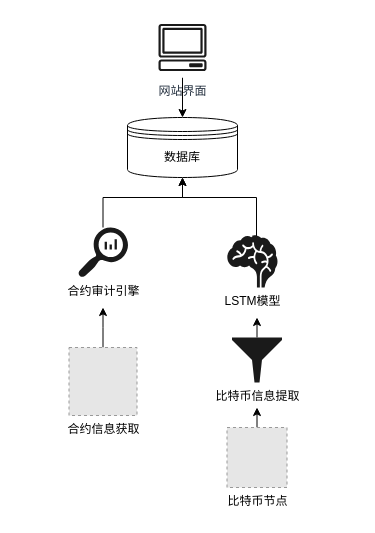
Earlier version of the draw.io diagram Constructuon.drawio (wang2gua/test). Source tidied: cells renumbered, new cells numbered last; positions are measured from the earlier drawing's top-left corner, leaving out a move shared by most shapes. Both pictures are drawn from the tidied source at 100%, with x=0, y=0 at pixel (69, 17). Pictures stored in the file or linked from it are replaced by grey dashed boxes.
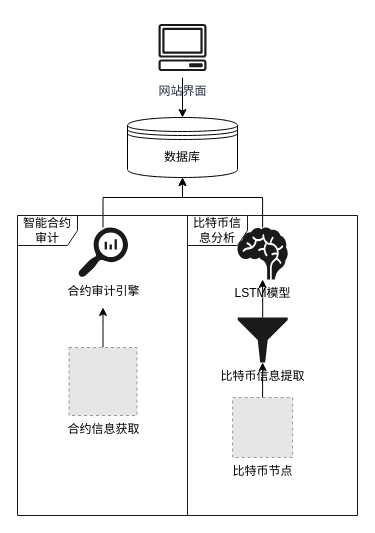
The same page after the edit.

Unchanged cells that the change refers to:
```xml
<mxCell id="2" value="数据库" style="shape=datastore;whiteSpace=wrap;html=1;" parent="1" vertex="1">
  <mxGeometry x="58" y="100" width="110" height="60" as="geometry" />
</mxCell>
```

What changed in the source:
```diff
@@
-    <mxCell id="5" style="edgeStyle=orthogonalEdgeStyle;rounded=0;jettySize=auto;html=1;" parent="1" edge="1" source="6">
-      <mxGeometry relative="1" as="geometry">
-        <mxPoint x="187.5" y="390" as="targetPoint" />
-      </mxGeometry>
+    <mxCell id="5" style="edgeStyle=orthogonalEdgeStyle;rounded=0;jettySize=auto;html=1;" parent="1" edge="1" source="6" target="14">
+      <mxGeometry relative="1" as="geometry" />
     </mxCell>
     <mxCell id="6" value="比特币节点" style="fillColor=#E6E6E6;strokeColor=#999999;dashed=1;html=1;verticalAlign=top;verticalLabelPosition=bottom;labelBackgroundColor=#ffffff;" parent="1" vertex="1">
-      <mxGeometry x="157.5" y="410" width="60" height="60" as="geometry" />
+      <mxGeometry x="163.1" y="380" width="60" height="60" as="geometry" />
     </mxCell>
-    <mxCell id="7" style="edgeStyle=orthogonalEdgeStyle;rounded=0;jettySize=auto;html=1;exitX=0.5;exitY=0.01;exitDx=0;exitDy=0;exitPerimeter=0;entryX=0.5;entryY=1;entryDx=0;entryDy=0;" parent="1" edge="1" source="8" target="2">
+    <mxCell id="7" style="edgeStyle=orthogonalEdgeStyle;rounded=0;jettySize=auto;html=1;entryX=0.5;entryY=1;entryDx=0;entryDy=0;" parent="1" edge="1" source="8" target="2">
       <mxGeometry relative="1" as="geometry">
         <Array as="points">
-          <mxPoint x="187" y="180" />
+          <mxPoint x="193" y="180" />
           <mxPoint x="113" y="180" />
         </Array>
       </mxGeometry>
     </mxCell>
     <mxCell id="8" value="LSTM模型" style="shape=mxgraph.signs.healthcare.brain;html=1;strokeColor=none;verticalLabelPosition=bottom;verticalAlign=top;align=center;fillColor=#1A1A1A;" parent="1" vertex="1">
-      <mxGeometry x="157.8" y="218" width="50.2" height="52" as="geometry" />
+      <mxGeometry x="168" y="210" width="50.2" height="52" as="geometry" />
     </mxCell>
@@
-    <mxCell id="13" style="edgeStyle=orthogonalEdgeStyle;rounded=0;jettySize=auto;html=1;" parent="1" edge="1" source="14">
-      <mxGeometry relative="1" as="geometry">
-        <mxPoint x="187.5" y="300" as="targetPoint" />
-      </mxGeometry>
+    <mxCell id="13" style="edgeStyle=orthogonalEdgeStyle;rounded=0;jettySize=auto;html=1;" parent="1" edge="1" source="14" target="8">
+      <mxGeometry relative="1" as="geometry" />
     </mxCell>
     <mxCell id="14" value="比特币信息提取" style="shadow=0;dashed=0;html=1;strokeColor=none;labelPosition=center;verticalLabelPosition=bottom;verticalAlign=top;align=center;shape=mxgraph.mscae.enterprise.filter;fillColor=#1A1A1A;" parent="1" vertex="1">
-      <mxGeometry x="162.5" y="320" width="50" height="45" as="geometry" />
+      <mxGeometry x="168.2" y="300" width="50" height="45" as="geometry" />
     </mxCell>
+    <mxCell id="15" value="智能合约审计" style="shape=umlFrame;whiteSpace=wrap;html=1;strokeColor=#1A1A1A;fillColor=#FFFFFF;" parent="1" vertex="1">
+      <mxGeometry x="-52" y="198" width="170" height="300" as="geometry" />
+    </mxCell>
+    <mxCell id="16" value="比特币信息分析" style="shape=umlFrame;whiteSpace=wrap;html=1;strokeColor=#1A1A1A;fillColor=#FFFFFF;" parent="1" vertex="1">
+      <mxGeometry x="118" y="198" width="170" height="300" as="geometry" />
+    </mxCell>
```
